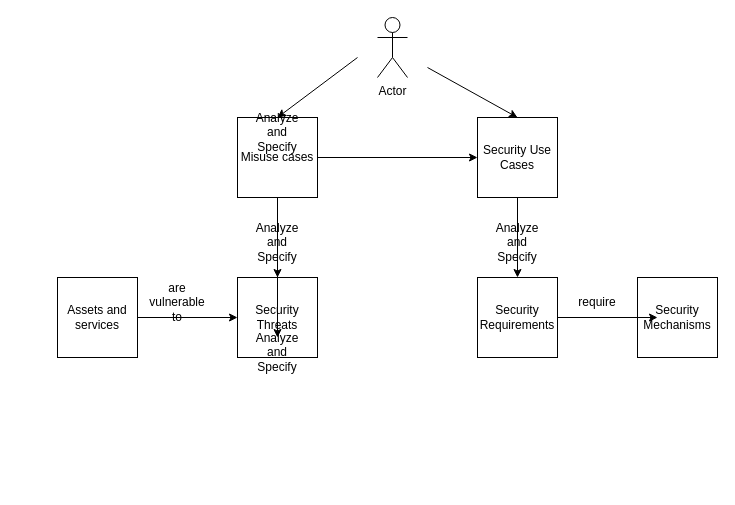
Earlier version of the draw.io diagram Untitled Diagram.drawio (cychenyao/bjfmgr). Source tidied: cells renumbered, new cells numbered last; positions are measured from the earlier drawing's top-left corner, leaving out a move shared by most shapes. Both pictures are drawn from the tidied source at 100%, with x=0, y=0 at pixel (57, 17).
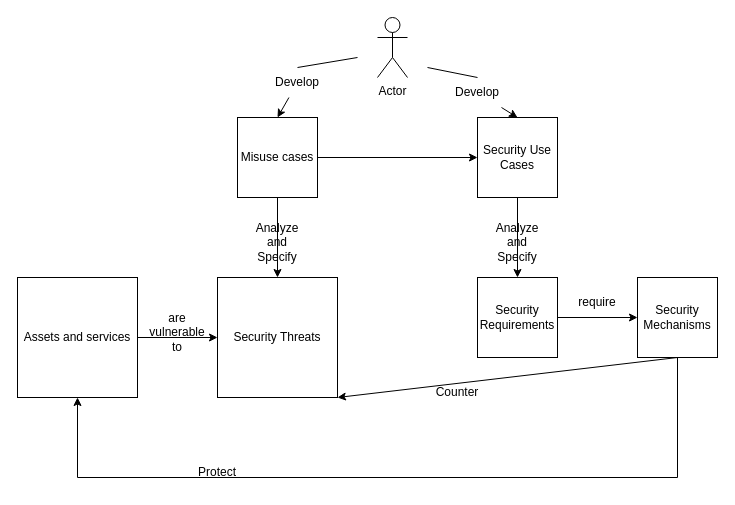
The same page after the edit.

The change refers to these unchanged cells:
```xml
<mxCell id="3" value="Misuse cases" style="whiteSpace=wrap;html=1;" parent="1" vertex="1">
  <mxGeometry x="180" y="100" width="80" height="80" as="geometry" />
</mxCell>
<mxCell id="4" value="Security Use Cases" style="whiteSpace=wrap;html=1;" parent="1" vertex="1">
  <mxGeometry x="420" y="100" width="80" height="80" as="geometry" />
</mxCell>
<mxCell id="8" value="Security Mechanisms" style="whiteSpace=wrap;html=1;" parent="1" vertex="1">
  <mxGeometry x="580" y="260" width="80" height="80" as="geometry" />
</mxCell>
<mxCell id="14" value="Analyze and Specify" style="text;html=1;strokeColor=none;fillColor=none;align=center;verticalAlign=middle;whiteSpace=wrap;rounded=0;" parent="1" vertex="1">
  <mxGeometry x="190" y="210" width="60" height="30" as="geometry" />
</mxCell>
```

Change to the diagram source:
```diff
@@
     <mxCell id="5" value="Assets and services" style="whiteSpace=wrap;html=1;" parent="1" vertex="1">
-      <mxGeometry y="260" width="80" height="80" as="geometry" />
+      <mxGeometry x="-40" y="260" width="120" height="120" as="geometry" />
     </mxCell>
     <mxCell id="6" value="Security Threats" style="whiteSpace=wrap;html=1;" parent="1" vertex="1">
-      <mxGeometry x="180" y="260" width="80" height="80" as="geometry" />
+      <mxGeometry x="160" y="260" width="120" height="120" as="geometry" />
     </mxCell>
@@
-    <mxCell id="9" style="endArrow=classic;html=1;rounded=0;entryX=0.5;entryY=0;entryDx=0;entryDy=0;" parent="1" edge="1" target="3">
-      <mxGeometry relative="1" as="geometry">
-        <mxPoint x="300" y="40" as="sourcePoint" />
-      </mxGeometry>
+    <mxCell id="9" style="endArrow=classic;html=1;rounded=0;entryX=0.5;entryY=0;entryDx=0;entryDy=0;startArrow=none;" parent="1" edge="1" source="15" target="3">
+      <mxGeometry relative="1" as="geometry" />
     </mxCell>
-    <mxCell id="10" style="endArrow=classic;html=1;rounded=0;entryX=0.5;entryY=0;entryDx=0;entryDy=0;" parent="1" edge="1" target="4">
-      <mxGeometry relative="1" as="geometry">
-        <mxPoint x="370" y="50" as="sourcePoint" />
-      </mxGeometry>
+    <mxCell id="10" style="endArrow=classic;html=1;rounded=0;entryX=0.5;entryY=0;entryDx=0;entryDy=0;startArrow=none;" parent="1" edge="1" source="30" target="4">
+      <mxGeometry relative="1" as="geometry" />
     </mxCell>
@@
-    <mxCell id="13" style="edgeStyle=orthogonalEdgeStyle;rounded=0;jettySize=auto;html=1;" parent="1" edge="1" source="14" target="16">
-      <mxGeometry relative="1" as="geometry" />
-    </mxCell>
@@
-    <mxCell id="15" value="Analyze and Specify" style="text;html=1;strokeColor=none;fillColor=none;align=center;verticalAlign=middle;whiteSpace=wrap;rounded=0;" parent="1" vertex="1">
-      <mxGeometry x="190" y="100" width="60" height="30" as="geometry" />
-    </mxCell>
-    <mxCell id="16" value="Analyze and Specify" style="text;html=1;strokeColor=none;fillColor=none;align=center;verticalAlign=middle;whiteSpace=wrap;rounded=0;" parent="1" vertex="1">
-      <mxGeometry x="190" y="320" width="60" height="30" as="geometry" />
-    </mxCell>
@@
     <mxCell id="20" value="are vulnerable to" style="text;html=1;strokeColor=none;fillColor=none;align=center;verticalAlign=middle;whiteSpace=wrap;rounded=0;" parent="1" vertex="1">
-      <mxGeometry x="90" y="270" width="60" height="30" as="geometry" />
+      <mxGeometry x="90" y="300" width="60" height="30" as="geometry" />
     </mxCell>
-    <mxCell id="21" style="endArrow=classic;html=1;rounded=0;exitX=1;exitY=0.5;exitDx=0;exitDy=0;entryX=0;entryY=0.5;entryDx=0;entryDy=0;" parent="1" edge="1">
+    <mxCell id="21" style="endArrow=classic;html=1;rounded=0;exitX=1;exitY=0.5;exitDx=0;exitDy=0;" parent="1" edge="1">
       <mxGeometry relative="1" as="geometry">
         <mxPoint x="500" y="300" as="sourcePoint" />
-        <mxPoint x="600" y="300" as="targetPoint" />
+        <mxPoint x="580" y="300" as="targetPoint" />
       </mxGeometry>
     </mxCell>
@@
+    <mxCell id="23" style="endArrow=classic;html=1;rounded=0;exitX=0.5;exitY=1;exitDx=0;exitDy=0;entryX=1;entryY=1;entryDx=0;entryDy=0;" parent="1" edge="1" source="8" target="6">
+      <mxGeometry relative="1" as="geometry" />
+    </mxCell>
+    <mxCell id="24" style="endArrow=none;html=1;rounded=0;" parent="1" edge="1">
+      <mxGeometry relative="1" as="geometry">
+        <mxPoint x="620" y="340" as="sourcePoint" />
+        <mxPoint x="620" y="460" as="targetPoint" />
+      </mxGeometry>
+    </mxCell>
+    <mxCell id="25" style="endArrow=none;html=1;rounded=0;" parent="1" edge="1">
+      <mxGeometry relative="1" as="geometry">
+        <mxPoint x="620" y="460" as="sourcePoint" />
+        <mxPoint x="20" y="460" as="targetPoint" />
+      </mxGeometry>
+    </mxCell>
+    <mxCell id="26" style="endArrow=classic;html=1;rounded=0;entryX=0.5;entryY=1;entryDx=0;entryDy=0;" parent="1" edge="1" target="5">
+      <mxGeometry relative="1" as="geometry">
+        <mxPoint x="20" y="460" as="sourcePoint" />
+      </mxGeometry>
+    </mxCell>
+    <mxCell id="27" value="Counter" style="text;html=1;strokeColor=none;fillColor=none;align=center;verticalAlign=middle;whiteSpace=wrap;rounded=0;" parent="1" vertex="1">
+      <mxGeometry x="370" y="360" width="60" height="30" as="geometry" />
+    </mxCell>
+    <mxCell id="28" value="Protect" style="text;html=1;strokeColor=none;fillColor=none;align=center;verticalAlign=middle;whiteSpace=wrap;rounded=0;" parent="1" vertex="1">
+      <mxGeometry x="130" y="440" width="60" height="30" as="geometry" />
+    </mxCell>
+    <mxCell id="15" value="Develop" style="text;html=1;strokeColor=none;fillColor=none;align=center;verticalAlign=middle;whiteSpace=wrap;rounded=0;" parent="1" vertex="1">
+      <mxGeometry x="210" y="50" width="60" height="30" as="geometry" />
+    </mxCell>
+    <mxCell id="29" style="endArrow=none;html=1;rounded=0;entryX=0.5;entryY=0;entryDx=0;entryDy=0;" parent="1" edge="1" target="15">
+      <mxGeometry relative="1" as="geometry">
+        <mxPoint x="300" y="40" as="sourcePoint" />
+      </mxGeometry>
+    </mxCell>
+    <mxCell id="30" value="Develop" style="text;html=1;strokeColor=none;fillColor=none;align=center;verticalAlign=middle;whiteSpace=wrap;rounded=0;" parent="1" vertex="1">
+      <mxGeometry x="390" y="60" width="60" height="30" as="geometry" />
+    </mxCell>
+    <mxCell id="31" style="endArrow=none;html=1;rounded=0;entryX=0.5;entryY=0;entryDx=0;entryDy=0;" parent="1" edge="1" target="30">
+      <mxGeometry relative="1" as="geometry">
+        <mxPoint x="370" y="50" as="sourcePoint" />
+      </mxGeometry>
+    </mxCell>
```
